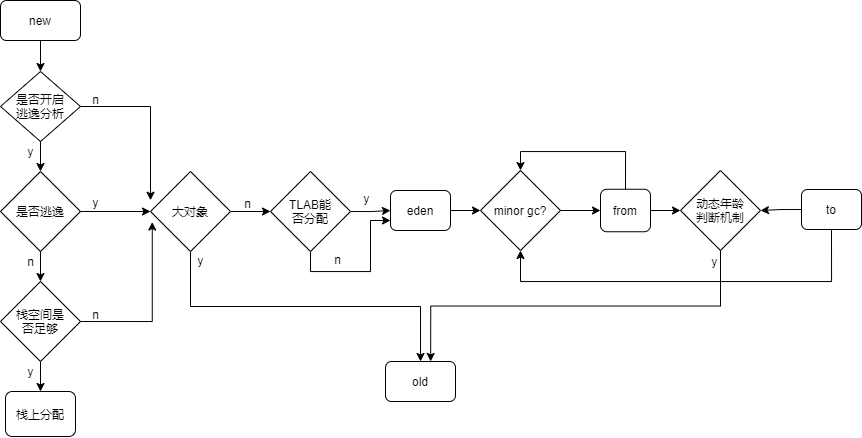
Before: 内存分配.png, a diagram exported from draw.io (onedream719/-). Source tidied: cells renumbered, new cells last; positions are measured from the earlier drawing's top-left corner, leaving out a move shared by most shapes. Source of this version:
```xml
<mxGraphModel>
  <root>
    <mxCell id="0" />
    <mxCell id="1" parent="0" />
    <mxCell id="2" style="edgeStyle=orthogonalEdgeStyle;rounded=0;jettySize=auto;html=1;exitX=0.5;exitY=1;exitDx=0;exitDy=0;entryX=0.5;entryY=0;entryDx=0;entryDy=0;" parent="1" edge="1" source="4" target="11">
      <mxGeometry relative="1" as="geometry" />
    </mxCell>
    <mxCell id="3" style="edgeStyle=orthogonalEdgeStyle;rounded=0;jettySize=auto;html=1;exitX=1;exitY=0.5;exitDx=0;exitDy=0;entryX=0;entryY=0.25;entryDx=0;entryDy=0;" parent="1" edge="1" source="4">
      <mxGeometry relative="1" as="geometry">
        <mxPoint x="150" y="199.8" as="targetPoint" />
      </mxGeometry>
    </mxCell>
    <mxCell id="4" value="是否开启&lt;br&gt;逃逸分析" style="rhombus;whiteSpace=wrap;html=1;" parent="1" vertex="1">
      <mxGeometry y="71" width="80" height="70" as="geometry" />
    </mxCell>
    <mxCell id="5" style="edgeStyle=orthogonalEdgeStyle;rounded=0;jettySize=auto;html=1;exitX=0.5;exitY=1;exitDx=0;exitDy=0;entryX=0.5;entryY=0;entryDx=0;entryDy=0;" parent="1" edge="1" source="7" target="16">
      <mxGeometry relative="1" as="geometry" />
    </mxCell>
    <mxCell id="6" style="edgeStyle=orthogonalEdgeStyle;rounded=0;jettySize=auto;html=1;exitX=1;exitY=0.5;exitDx=0;exitDy=0;entryX=0.022;entryY=0.632;entryDx=0;entryDy=0;entryPerimeter=0;" parent="1" edge="1" source="7" target="25">
      <mxGeometry relative="1" as="geometry" />
    </mxCell>
    <mxCell id="7" value="栈空间是&lt;br&gt;否足够" style="rhombus;whiteSpace=wrap;html=1;" parent="1" vertex="1">
      <mxGeometry y="281" width="80" height="80" as="geometry" />
    </mxCell>
    <mxCell id="8" value="n" style="text;html=1;align=center;verticalAlign=middle;strokeColor=none;fillColor=none;" parent="1" vertex="1">
      <mxGeometry x="85" y="89" width="20" height="20" as="geometry" />
    </mxCell>
    <mxCell id="9" style="edgeStyle=orthogonalEdgeStyle;rounded=0;jettySize=auto;html=1;exitX=0.5;exitY=1;exitDx=0;exitDy=0;entryX=0.5;entryY=0;entryDx=0;entryDy=0;" parent="1" edge="1" source="11" target="7">
      <mxGeometry relative="1" as="geometry" />
    </mxCell>
    <mxCell id="10" style="edgeStyle=orthogonalEdgeStyle;rounded=0;jettySize=auto;html=1;exitX=1;exitY=0.5;exitDx=0;exitDy=0;entryX=0;entryY=0.5;entryDx=0;entryDy=0;" parent="1" edge="1" source="11">
      <mxGeometry relative="1" as="geometry">
        <mxPoint x="150" y="211" as="targetPoint" />
      </mxGeometry>
    </mxCell>
    <mxCell id="11" value="是否逃逸" style="rhombus;whiteSpace=wrap;html=1;" parent="1" vertex="1">
      <mxGeometry y="171" width="80" height="80" as="geometry" />
    </mxCell>
    <mxCell id="12" value="y" style="text;html=1;align=center;verticalAlign=middle;strokeColor=none;fillColor=none;" parent="1" vertex="1">
      <mxGeometry x="20" y="141" width="20" height="20" as="geometry" />
    </mxCell>
    <mxCell id="13" value="y" style="text;html=1;align=center;verticalAlign=middle;strokeColor=none;fillColor=none;" parent="1" vertex="1">
      <mxGeometry x="85" y="191.5" width="20" height="20" as="geometry" />
    </mxCell>
    <mxCell id="14" value="n" style="text;html=1;align=center;verticalAlign=middle;strokeColor=none;fillColor=none;" parent="1" vertex="1">
      <mxGeometry x="20" y="251" width="20" height="20" as="geometry" />
    </mxCell>
    <mxCell id="15" value="n" style="text;html=1;align=center;verticalAlign=middle;strokeColor=none;fillColor=none;" parent="1" vertex="1">
      <mxGeometry x="85" y="304" width="20" height="20" as="geometry" />
    </mxCell>
    <mxCell id="16" value="栈上分配" style="rounded=1;whiteSpace=wrap;html=1;" parent="1" vertex="1">
      <mxGeometry x="5" y="391" width="70" height="45" as="geometry" />
    </mxCell>
    <mxCell id="17" value="y" style="text;html=1;align=center;verticalAlign=middle;strokeColor=none;fillColor=none;" parent="1" vertex="1">
      <mxGeometry x="20" y="361" width="20" height="20" as="geometry" />
    </mxCell>
    <mxCell id="18" style="edgeStyle=orthogonalEdgeStyle;rounded=0;jettySize=auto;html=1;exitX=0.5;exitY=1;exitDx=0;exitDy=0;entryX=0.5;entryY=0;entryDx=0;entryDy=0;" parent="1" edge="1" source="19" target="4">
      <mxGeometry relative="1" as="geometry" />
    </mxCell>
    <mxCell id="19" value="new" style="rounded=1;whiteSpace=wrap;html=1;" parent="1" vertex="1">
      <mxGeometry width="80" height="40" as="geometry" />
    </mxCell>
    <mxCell id="20" style="edgeStyle=orthogonalEdgeStyle;rounded=0;jettySize=auto;html=1;exitX=1;exitY=0.5;exitDx=0;exitDy=0;" parent="1" edge="1" source="22" target="27">
      <mxGeometry relative="1" as="geometry" />
    </mxCell>
    <mxCell id="21" style="edgeStyle=orthogonalEdgeStyle;rounded=0;jettySize=auto;html=1;exitX=0.5;exitY=1;exitDx=0;exitDy=0;entryX=0;entryY=0.75;entryDx=0;entryDy=0;" parent="1" edge="1" source="22" target="27">
      <mxGeometry relative="1" as="geometry" />
    </mxCell>
    <mxCell id="22" value="TLAB能&lt;br&gt;否分配" style="rhombus;whiteSpace=wrap;html=1;" parent="1" vertex="1">
      <mxGeometry x="270" y="171" width="80" height="80" as="geometry" />
    </mxCell>
    <mxCell id="23" style="edgeStyle=orthogonalEdgeStyle;rounded=0;jettySize=auto;html=1;exitX=1;exitY=0.5;exitDx=0;exitDy=0;entryX=0;entryY=0.5;entryDx=0;entryDy=0;" parent="1" edge="1" source="25" target="22">
      <mxGeometry relative="1" as="geometry" />
    </mxCell>
    <mxCell id="24" style="edgeStyle=orthogonalEdgeStyle;rounded=0;jettySize=auto;html=1;exitX=0.5;exitY=1;exitDx=0;exitDy=0;entryX=0.5;entryY=0;entryDx=0;entryDy=0;" parent="1" edge="1" source="25" target="39">
      <mxGeometry relative="1" as="geometry" />
    </mxCell>
    <mxCell id="25" value="大对象" style="rhombus;whiteSpace=wrap;html=1;" parent="1" vertex="1">
      <mxGeometry x="150" y="171" width="80" height="80" as="geometry" />
    </mxCell>
    <mxCell id="26" style="edgeStyle=orthogonalEdgeStyle;rounded=0;jettySize=auto;html=1;exitX=1;exitY=0.5;exitDx=0;exitDy=0;entryX=0;entryY=0.5;entryDx=0;entryDy=0;" parent="1" edge="1" source="27" target="29">
      <mxGeometry relative="1" as="geometry" />
    </mxCell>
    <mxCell id="27" value="eden" style="rounded=1;whiteSpace=wrap;html=1;" parent="1" vertex="1">
      <mxGeometry x="390" y="190" width="60" height="40" as="geometry" />
    </mxCell>
    <mxCell id="28" style="edgeStyle=orthogonalEdgeStyle;rounded=0;jettySize=auto;html=1;exitX=1;exitY=0.5;exitDx=0;exitDy=0;entryX=0;entryY=0.5;entryDx=0;entryDy=0;" parent="1" edge="1" source="29" target="32">
      <mxGeometry relative="1" as="geometry" />
    </mxCell>
    <mxCell id="29" value="minor gc?" style="rhombus;whiteSpace=wrap;html=1;" parent="1" vertex="1">
      <mxGeometry x="480" y="170" width="80" height="80" as="geometry" />
    </mxCell>
    <mxCell id="30" style="edgeStyle=orthogonalEdgeStyle;rounded=0;jettySize=auto;html=1;exitX=1;exitY=0.5;exitDx=0;exitDy=0;entryX=0;entryY=0.5;entryDx=0;entryDy=0;" parent="1" edge="1" source="32" target="35">
      <mxGeometry relative="1" as="geometry" />
    </mxCell>
    <mxCell id="31" style="edgeStyle=orthogonalEdgeStyle;rounded=0;jettySize=auto;html=1;exitX=0.5;exitY=0;exitDx=0;exitDy=0;entryX=0.5;entryY=0;entryDx=0;entryDy=0;" parent="1" edge="1" source="32" target="29">
      <mxGeometry relative="1" as="geometry">
        <Array as="points">
          <mxPoint x="625" y="151" />
          <mxPoint x="520" y="151" />
        </Array>
      </mxGeometry>
    </mxCell>
    <mxCell id="32" value="from" style="rounded=1;whiteSpace=wrap;html=1;" parent="1" vertex="1">
      <mxGeometry x="600" y="188.8" width="50" height="42.5" as="geometry" />
    </mxCell>
    <mxCell id="33" style="edgeStyle=orthogonalEdgeStyle;rounded=0;jettySize=auto;html=1;exitX=0.5;exitY=1;exitDx=0;exitDy=0;entryX=0.645;entryY=-0.001;entryDx=0;entryDy=0;entryPerimeter=0;" parent="1" edge="1" source="35" target="39">
      <mxGeometry relative="1" as="geometry" />
    </mxCell>
    <mxCell id="34" value="y" style="edgeLabel;html=1;align=center;verticalAlign=middle;" parent="33" vertex="1">
      <mxGeometry x="-0.77" y="-2" relative="1" as="geometry">
        <mxPoint x="-5" y="-37" as="offset" />
      </mxGeometry>
    </mxCell>
    <mxCell id="35" value="动态年龄&lt;br&gt;判断机制" style="rhombus;whiteSpace=wrap;html=1;" parent="1" vertex="1">
      <mxGeometry x="680" y="170" width="80" height="80" as="geometry" />
    </mxCell>
    <mxCell id="36" style="edgeStyle=orthogonalEdgeStyle;rounded=0;jettySize=auto;html=1;exitX=0.5;exitY=1;exitDx=0;exitDy=0;entryX=0.5;entryY=1;entryDx=0;entryDy=0;" parent="1" edge="1" source="38" target="29">
      <mxGeometry relative="1" as="geometry">
        <Array as="points">
          <mxPoint x="831" y="281" />
          <mxPoint x="520" y="281" />
        </Array>
      </mxGeometry>
    </mxCell>
    <mxCell id="37" style="edgeStyle=orthogonalEdgeStyle;rounded=0;jettySize=auto;html=1;exitX=0;exitY=0.5;exitDx=0;exitDy=0;entryX=1;entryY=0.5;entryDx=0;entryDy=0;" parent="1" edge="1" source="38" target="35">
      <mxGeometry relative="1" as="geometry" />
    </mxCell>
    <mxCell id="38" value="to" style="rounded=1;whiteSpace=wrap;html=1;" parent="1" vertex="1">
      <mxGeometry x="801" y="189" width="60" height="40" as="geometry" />
    </mxCell>
    <mxCell id="39" value="old" style="rounded=1;whiteSpace=wrap;html=1;" parent="1" vertex="1">
      <mxGeometry x="385" y="361" width="70" height="40" as="geometry" />
    </mxCell>
    <mxCell id="40" value="y" style="text;html=1;align=center;verticalAlign=middle;strokeColor=none;fillColor=none;" parent="1" vertex="1">
      <mxGeometry x="190" y="250" width="20" height="20" as="geometry" />
    </mxCell>
    <mxCell id="41" value="n" style="text;html=1;align=center;verticalAlign=middle;strokeColor=none;fillColor=none;" parent="1" vertex="1">
      <mxGeometry x="237" y="193" width="20" height="20" as="geometry" />
    </mxCell>
    <mxCell id="42" value="y" style="text;html=1;align=center;verticalAlign=middle;strokeColor=none;fillColor=none;" parent="1" vertex="1">
      <mxGeometry x="356" y="188" width="20" height="20" as="geometry" />
    </mxCell>
    <mxCell id="43" value="n" style="text;html=1;align=center;verticalAlign=middle;strokeColor=none;fillColor=none;" parent="1" vertex="1">
      <mxGeometry x="327" y="249" width="20" height="20" as="geometry" />
    </mxCell>
  </root>
</mxGraphModel>
```
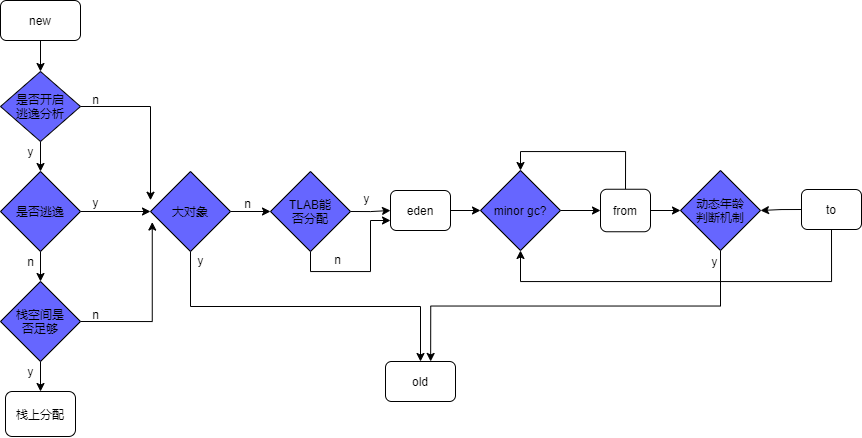
The same diagram one commit later.

Commit message:
更新内存分配.png

Diff of the diagram source:
```diff
@@ -10,7 +10,7 @@
         <mxPoint x="150" y="199.8" as="targetPoint" />
       </mxGeometry>
     </mxCell>
-    <mxCell id="4" value="是否开启&lt;br&gt;逃逸分析" style="rhombus;whiteSpace=wrap;html=1;" parent="1" vertex="1">
+    <mxCell id="4" value="是否开启&lt;br&gt;逃逸分析" style="rhombus;whiteSpace=wrap;html=1;fillColor=#6666FF;" parent="1" vertex="1">
       <mxGeometry y="71" width="80" height="70" as="geometry" />
     </mxCell>
     <mxCell id="5" style="edgeStyle=orthogonalEdgeStyle;rounded=0;jettySize=auto;html=1;exitX=0.5;exitY=1;exitDx=0;exitDy=0;entryX=0.5;entryY=0;entryDx=0;entryDy=0;" parent="1" edge="1" source="7" target="16">
@@ -19,7 +19,7 @@
     <mxCell id="6" style="edgeStyle=orthogonalEdgeStyle;rounded=0;jettySize=auto;html=1;exitX=1;exitY=0.5;exitDx=0;exitDy=0;entryX=0.022;entryY=0.632;entryDx=0;entryDy=0;entryPerimeter=0;" parent="1" edge="1" source="7" target="25">
       <mxGeometry relative="1" as="geometry" />
     </mxCell>
-    <mxCell id="7" value="栈空间是&lt;br&gt;否足够" style="rhombus;whiteSpace=wrap;html=1;" parent="1" vertex="1">
+    <mxCell id="7" value="栈空间是&lt;br&gt;否足够" style="rhombus;whiteSpace=wrap;html=1;fillColor=#6666FF;" parent="1" vertex="1">
       <mxGeometry y="281" width="80" height="80" as="geometry" />
     </mxCell>
     <mxCell id="8" value="n" style="text;html=1;align=center;verticalAlign=middle;strokeColor=none;fillColor=none;" parent="1" vertex="1">
@@ -33,7 +33,7 @@
         <mxPoint x="150" y="211" as="targetPoint" />
       </mxGeometry>
     </mxCell>
-    <mxCell id="11" value="是否逃逸" style="rhombus;whiteSpace=wrap;html=1;" parent="1" vertex="1">
+    <mxCell id="11" value="是否逃逸" style="rhombus;whiteSpace=wrap;html=1;fillColor=#6666FF;" parent="1" vertex="1">
       <mxGeometry y="171" width="80" height="80" as="geometry" />
     </mxCell>
     <mxCell id="12" value="y" style="text;html=1;align=center;verticalAlign=middle;strokeColor=none;fillColor=none;" parent="1" vertex="1">
@@ -66,7 +66,7 @@
     <mxCell id="21" style="edgeStyle=orthogonalEdgeStyle;rounded=0;jettySize=auto;html=1;exitX=0.5;exitY=1;exitDx=0;exitDy=0;entryX=0;entryY=0.75;entryDx=0;entryDy=0;" parent="1" edge="1" source="22" target="27">
       <mxGeometry relative="1" as="geometry" />
     </mxCell>
-    <mxCell id="22" value="TLAB能&lt;br&gt;否分配" style="rhombus;whiteSpace=wrap;html=1;" parent="1" vertex="1">
+    <mxCell id="22" value="TLAB能&lt;br&gt;否分配" style="rhombus;whiteSpace=wrap;html=1;fillColor=#6666FF;" parent="1" vertex="1">
       <mxGeometry x="270" y="171" width="80" height="80" as="geometry" />
     </mxCell>
     <mxCell id="23" style="edgeStyle=orthogonalEdgeStyle;rounded=0;jettySize=auto;html=1;exitX=1;exitY=0.5;exitDx=0;exitDy=0;entryX=0;entryY=0.5;entryDx=0;entryDy=0;" parent="1" edge="1" source="25" target="22">
@@ -75,7 +75,7 @@
     <mxCell id="24" style="edgeStyle=orthogonalEdgeStyle;rounded=0;jettySize=auto;html=1;exitX=0.5;exitY=1;exitDx=0;exitDy=0;entryX=0.5;entryY=0;entryDx=0;entryDy=0;" parent="1" edge="1" source="25" target="39">
       <mxGeometry relative="1" as="geometry" />
     </mxCell>
-    <mxCell id="25" value="大对象" style="rhombus;whiteSpace=wrap;html=1;" parent="1" vertex="1">
+    <mxCell id="25" value="大对象" style="rhombus;whiteSpace=wrap;html=1;fillColor=#6666FF;" parent="1" vertex="1">
       <mxGeometry x="150" y="171" width="80" height="80" as="geometry" />
     </mxCell>
     <mxCell id="26" style="edgeStyle=orthogonalEdgeStyle;rounded=0;jettySize=auto;html=1;exitX=1;exitY=0.5;exitDx=0;exitDy=0;entryX=0;entryY=0.5;entryDx=0;entryDy=0;" parent="1" edge="1" source="27" target="29">
@@ -87,7 +87,7 @@
     <mxCell id="28" style="edgeStyle=orthogonalEdgeStyle;rounded=0;jettySize=auto;html=1;exitX=1;exitY=0.5;exitDx=0;exitDy=0;entryX=0;entryY=0.5;entryDx=0;entryDy=0;" parent="1" edge="1" source="29" target="32">
       <mxGeometry relative="1" as="geometry" />
     </mxCell>
-    <mxCell id="29" value="minor gc?" style="rhombus;whiteSpace=wrap;html=1;" parent="1" vertex="1">
+    <mxCell id="29" value="minor gc?" style="rhombus;whiteSpace=wrap;html=1;fillColor=#6666FF;" parent="1" vertex="1">
       <mxGeometry x="480" y="170" width="80" height="80" as="geometry" />
     </mxCell>
     <mxCell id="30" style="edgeStyle=orthogonalEdgeStyle;rounded=0;jettySize=auto;html=1;exitX=1;exitY=0.5;exitDx=0;exitDy=0;entryX=0;entryY=0.5;entryDx=0;entryDy=0;" parent="1" edge="1" source="32" target="35">
@@ -112,7 +112,7 @@
         <mxPoint x="-5" y="-37" as="offset" />
       </mxGeometry>
     </mxCell>
-    <mxCell id="35" value="动态年龄&lt;br&gt;判断机制" style="rhombus;whiteSpace=wrap;html=1;" parent="1" vertex="1">
+    <mxCell id="35" value="动态年龄&lt;br&gt;判断机制" style="rhombus;whiteSpace=wrap;html=1;fillColor=#6666FF;" parent="1" vertex="1">
       <mxGeometry x="680" y="170" width="80" height="80" as="geometry" />
     </mxCell>
     <mxCell id="36" style="edgeStyle=orthogonalEdgeStyle;rounded=0;jettySize=auto;html=1;exitX=0.5;exitY=1;exitDx=0;exitDy=0;entryX=0.5;entryY=1;entryDx=0;entryDy=0;" parent="1" edge="1" source="38" target="29">
```
